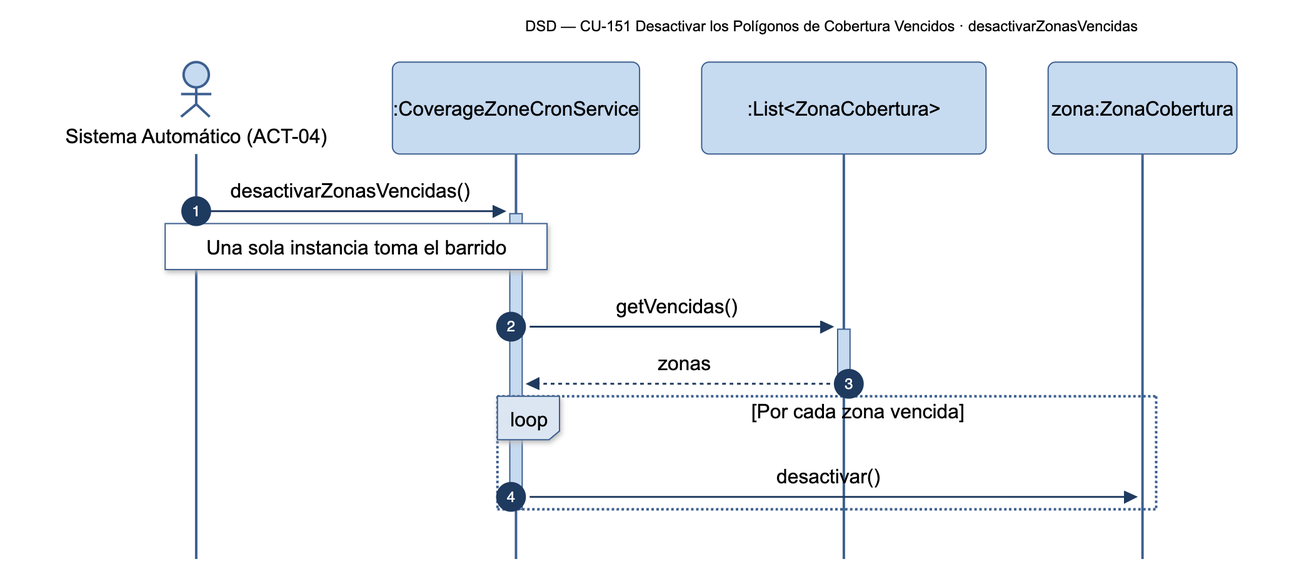
The Mermaid diagram diagramas/png/DSD_CU-151_desactivarZonasVencidas.png in Nahuelito-Dev/splg-docs, before a commit. Its source is kept beside it as diagramas/DSD_CU-151_desactivarZonasVencidas.mmd.
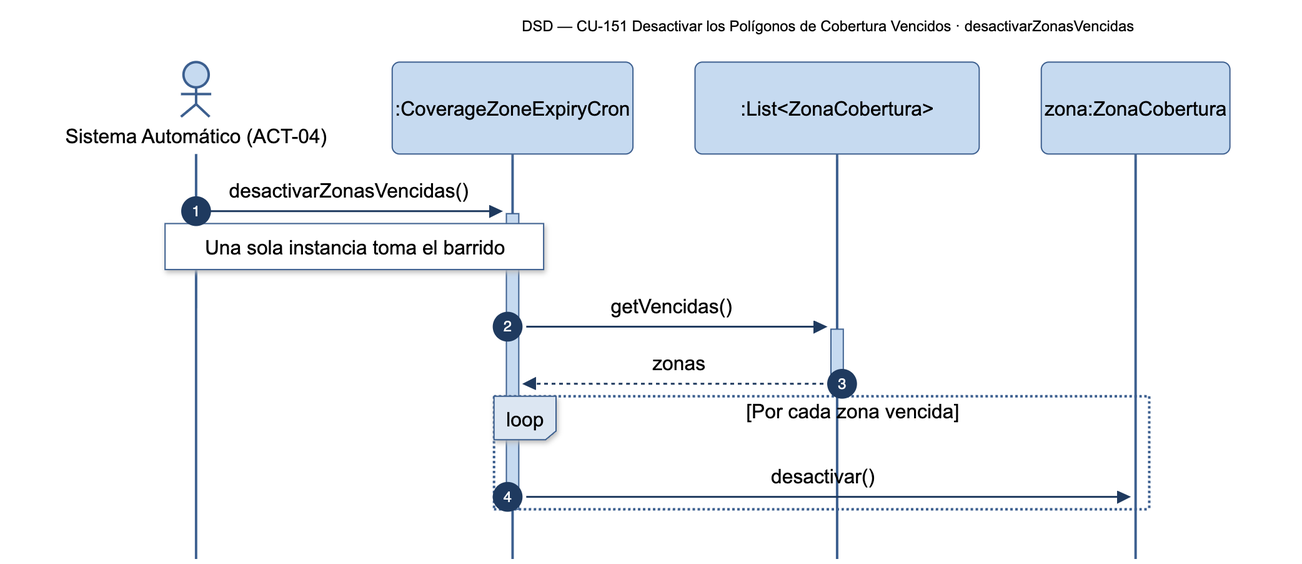
After the change.

The edit, as a diff of the source:
```diff
@@ -2,7 +2,7 @@
     title DSD — CU-151 Desactivar los Polígonos de Cobertura Vencidos · desactivarZonasVencidas
     autonumber
     actor SIS as Sistema Automático (ACT-04)
-    participant SRV as :CoverageZoneCronService
+    participant SRV as :CoverageZoneExpiryCron
     participant LST as :List#lt;ZonaCobertura#gt;
     participant ZON as zona:ZonaCobertura
 
```
